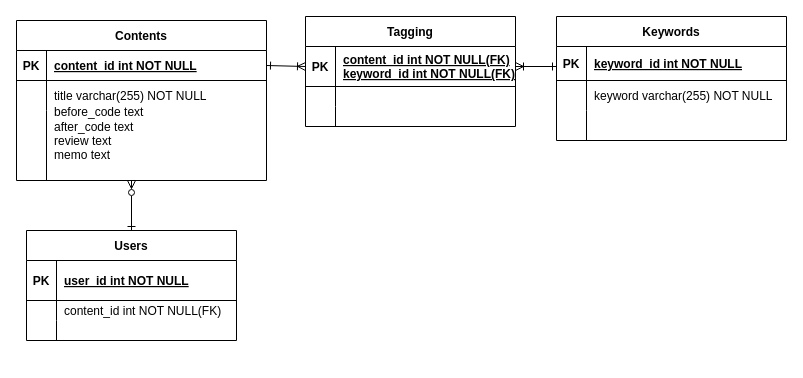
Before: backend/db.dio in dongurikoko/ReviewArchiveApp, a draw.io diagram. Source tidied: cells renumbered, new cells numbered last; positions are measured from the earlier drawing's top-left corner, leaving out a move shared by most shapes. Both pictures are drawn from the tidied source at 100%, with x=0, y=0 at pixel (16, 16).
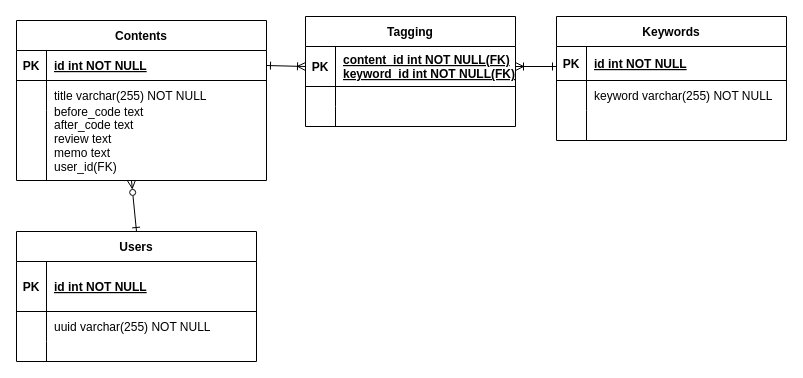
Above is the later version.

Commit message (it also covers changes not shown here):
model/user.go実装

Unchanged cells that the change refers to:
```xml
<mxCell id="15" style="shape=partialRectangle;fillColor=none;top=0;left=0;right=0;bottom=1;" parent="14" vertex="1">
  <mxGeometry y="30" width="230" height="34" as="geometry" />
</mxCell>
<mxCell id="25" style="shape=partialRectangle;fillColor=none;points=[[0,0.5],[1,0.5]];portConstraint=eastwest;top=0;left=0;right=0;bottom=1;" parent="24" vertex="1">
  <mxGeometry y="30" width="250" height="30" as="geometry" />
</mxCell>
```

What changed in the source:
```diff
@@
-    <mxCell id="17" value="keyword_id int NOT NULL " style="shape=partialRectangle;overflow=hidden;fillColor=none;top=0;left=0;bottom=0;right=0;align=left;spacingLeft=6;fontStyle=5;" parent="15" vertex="1">
+    <mxCell id="17" value="id int NOT NULL " style="shape=partialRectangle;overflow=hidden;fillColor=none;top=0;left=0;bottom=0;right=0;align=left;spacingLeft=6;fontStyle=5;" parent="15" vertex="1">
       <mxGeometry x="30" width="200" height="34" as="geometry" />
     </mxCell>
@@
-    <mxCell id="27" value="content_id int NOT NULL " style="shape=partialRectangle;overflow=hidden;fillColor=none;top=0;left=0;bottom=0;right=0;align=left;spacingLeft=6;fontStyle=5;" parent="25" vertex="1">
+    <mxCell id="27" value="id int NOT NULL" style="shape=partialRectangle;overflow=hidden;fillColor=none;top=0;left=0;bottom=0;right=0;align=left;spacingLeft=6;fontStyle=5;" parent="25" vertex="1">
       <mxGeometry x="30" width="220" height="30" as="geometry" />
     </mxCell>
@@
-    <mxCell id="33" value="after_code text&#10;review text&#10;memo text" style="shape=partialRectangle;overflow=hidden;fillColor=none;top=0;left=0;bottom=0;right=0;align=left;spacingLeft=6;" parent="1" vertex="1">
-      <mxGeometry x="30" y="89" width="220" height="70" as="geometry" />
+    <mxCell id="33" value="after_code text&#10;review text&#10;memo text&#10;user_id(FK)" style="shape=partialRectangle;overflow=hidden;fillColor=none;top=0;left=0;bottom=0;right=0;align=left;spacingLeft=6;" parent="1" vertex="1">
+      <mxGeometry x="30" y="94" width="220" height="70" as="geometry" />
     </mxCell>
     <mxCell id="34" value="Users" style="shape=table;startSize=30;childLayout=tableLayout;rowLines=0;fontStyle=1;align=center;" parent="1" vertex="1">
-      <mxGeometry x="10" y="214" width="210" height="110" as="geometry" />
+      <mxGeometry y="215" width="240" height="130" as="geometry" />
     </mxCell>
     <mxCell id="35" style="shape=partialRectangle;fillColor=none;top=0;left=0;right=0;bottom=1;" parent="34" vertex="1">
-      <mxGeometry y="30" width="210" height="40" as="geometry" />
+      <mxGeometry y="30" width="240" height="50" as="geometry" />
     </mxCell>
     <mxCell id="36" value="PK" style="shape=partialRectangle;overflow=hidden;fillColor=none;top=0;left=0;bottom=0;right=0;fontStyle=1;" parent="35" vertex="1">
-      <mxGeometry width="30" height="40" as="geometry" />
+      <mxGeometry width="30" height="50" as="geometry" />
     </mxCell>
-    <mxCell id="37" value="user_id int NOT NULL" style="shape=partialRectangle;overflow=hidden;fillColor=none;top=0;left=0;bottom=0;right=0;align=left;spacingLeft=6;fontStyle=5;" parent="35" vertex="1">
-      <mxGeometry x="30" width="180" height="40" as="geometry" />
+    <mxCell id="37" value="id int NOT NULL" style="shape=partialRectangle;overflow=hidden;fillColor=none;top=0;left=0;bottom=0;right=0;align=left;spacingLeft=6;fontStyle=5;" parent="35" vertex="1">
+      <mxGeometry x="30" width="210" height="50" as="geometry" />
     </mxCell>
     <mxCell id="38" style="shape=partialRectangle;fillColor=none;top=0;left=0;right=0;bottom=0;" parent="34" vertex="1">
-      <mxGeometry y="70" width="210" height="20" as="geometry" />
+      <mxGeometry y="80" width="240" height="30" as="geometry" />
     </mxCell>
     <mxCell id="39" style="shape=partialRectangle;overflow=hidden;fillColor=none;top=0;left=0;bottom=0;right=0;" parent="38" vertex="1">
-      <mxGeometry width="30" height="20" as="geometry" />
+      <mxGeometry width="30" height="30" as="geometry" />
     </mxCell>
-    <mxCell id="40" value="content_id int NOT NULL(FK)" style="shape=partialRectangle;overflow=hidden;fillColor=none;top=0;left=0;bottom=0;right=0;align=left;spacingLeft=6;" parent="38" vertex="1">
-      <mxGeometry x="30" width="180" height="20" as="geometry" />
+    <mxCell id="40" value="uuid varchar(255) NOT NULL" style="shape=partialRectangle;overflow=hidden;fillColor=none;top=0;left=0;bottom=0;right=0;align=left;spacingLeft=6;" parent="38" vertex="1">
+      <mxGeometry x="30" width="210" height="30" as="geometry" />
     </mxCell>
     <mxCell id="41" style="shape=partialRectangle;fillColor=none;top=0;left=0;right=0;bottom=0;" parent="34" vertex="1">
-      <mxGeometry y="90" width="210" height="20" as="geometry" />
+      <mxGeometry y="110" width="240" height="20" as="geometry" />
     </mxCell>
@@
     <mxCell id="43" style="shape=partialRectangle;overflow=hidden;fillColor=none;top=0;left=0;bottom=0;right=0;align=left;spacingLeft=6;" parent="41" vertex="1">
-      <mxGeometry x="30" width="180" height="20" as="geometry" />
+      <mxGeometry x="30" width="210" height="20" as="geometry" />
     </mxCell>
```
